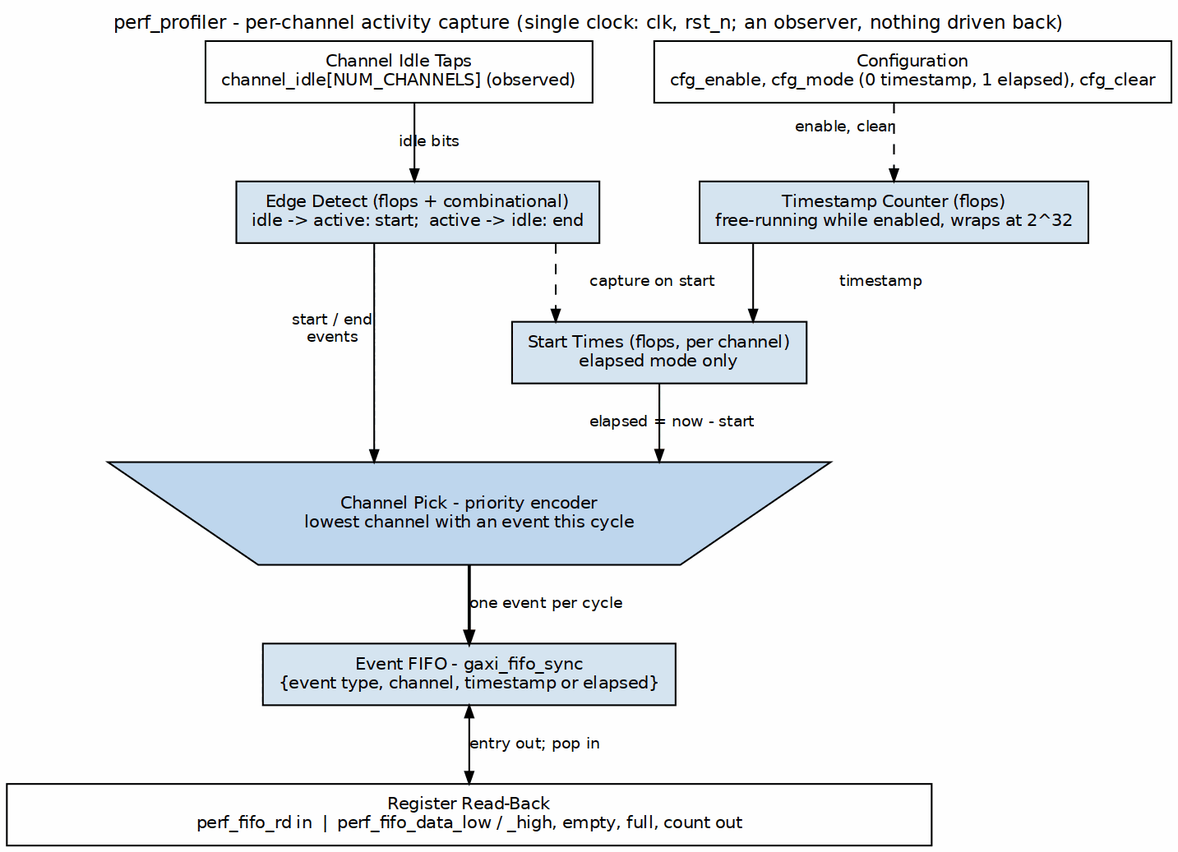
This is projects/components/dma-ip/stream/docs/stream_mas/assets/graphviz/15_perf_profiler.png from sean-galloway/RTLDesignSherpa, a Graphviz export, as it was before one commit. Its source is kept beside it as projects/components/dma-ip/stream/docs/stream_mas/assets/graphviz/15_perf_profiler.dot. Source of this version:
```dot
digraph perf_profiler {
    graph [rankdir=TB, bgcolor="white", fontname="Helvetica", fontsize=11,
           nodesep="0.50", ranksep="0.50", splines=ortho,
           label="perf_profiler - per-channel activity capture (single clock: clk, rst_n; an observer, nothing driven back)", labelloc=t, labeljust=c];
    node  [fontname="Helvetica", fontsize=10, shape=box, style=filled,
           fillcolor="#D6E4F0", color="black", margin="0.12,0.06"];
    edge  [fontname="Helvetica", fontsize=9, color="black", arrowsize=0.7];

    idle  [label="Channel Idle Taps\nchannel_idle[NUM_CHANNELS] (observed)", fillcolor="white"];
    cfg   [label="Configuration\ncfg_enable, cfg_mode (0 timestamp, 1 elapsed), cfg_clear", fillcolor="white"];
    ts    [label="Timestamp Counter (flops)\nfree-running while enabled, wraps at 2^32"];
    edge_ [label="Edge Detect (flops + combinational)\nidle -> active: start;  active -> idle: end"];
    start [label="Start Times (flops, per channel)\nelapsed mode only"];
    pick  [label="Channel Pick - priority encoder\nlowest channel with an event this cycle", shape=invtrapezium, width=4.5, fillcolor="#BFD7EE"];
    fifo  [label="Event FIFO - gaxi_fifo_sync\n{event type, channel, timestamp or elapsed}"];
    bar   [label="Register Read-Back\nperf_fifo_rd in  |  perf_fifo_data_low / _high, empty, full, count out", fillcolor="white", width=7.5];

    idle  -> edge_ [label="idle bits"];
    cfg   -> ts    [style=dashed, xlabel="enable, clear"];
    edge_ -> pick  [xlabel="start / end\nevents"];
    ts    -> start [label="timestamp"];
    edge_ -> start [style=dashed, label="capture on start"];
    start -> pick  [label="elapsed = now - start"];
    pick  -> fifo  [label="one event per cycle", penwidth=1.8];
    fifo  -> bar   [dir=both, label="entry out; pop in"];
    { rank=same; idle; cfg; }
    { rank=same; edge_; ts; }
}
```
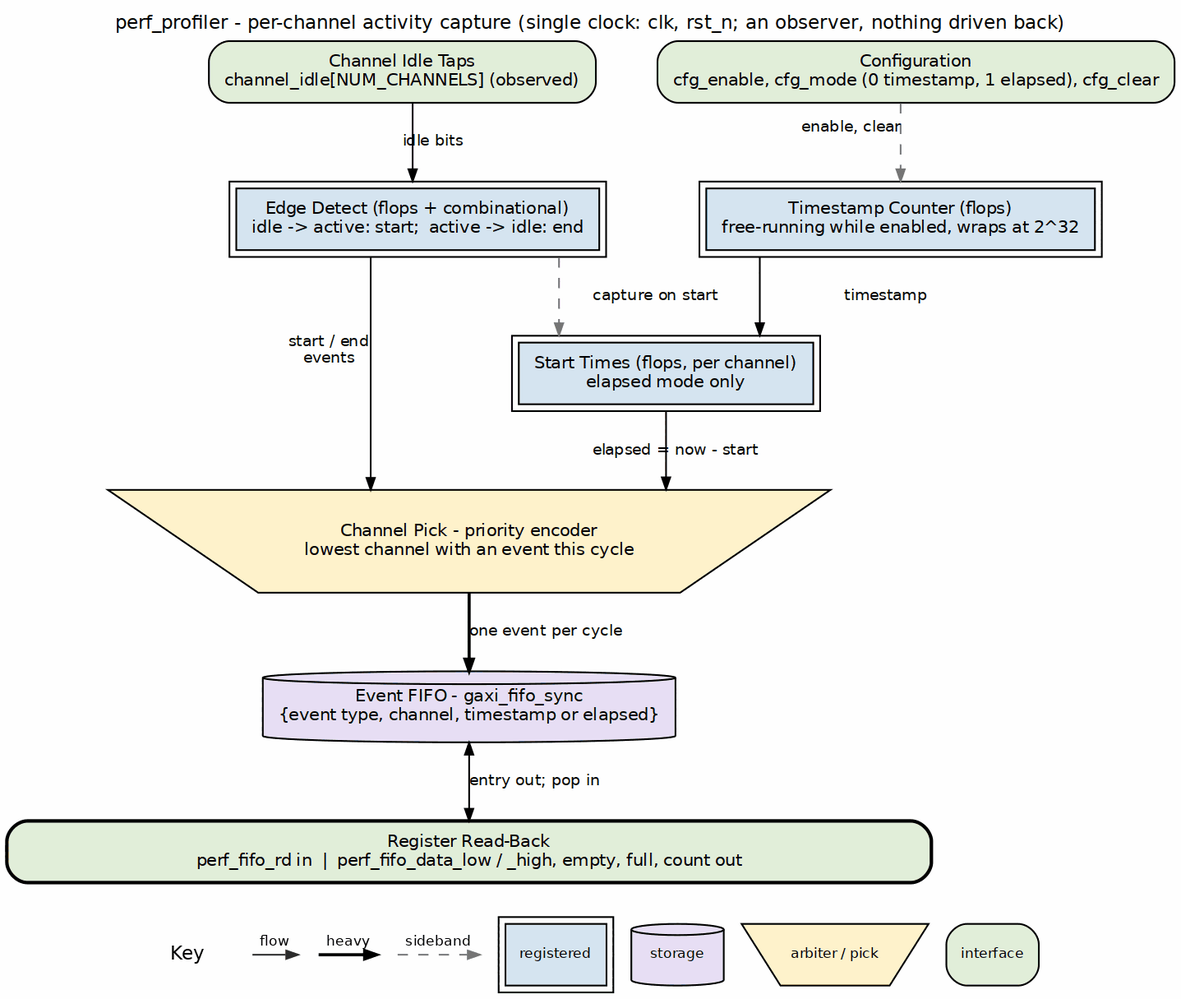
After the commit.

Diff of the diagram source:
```diff
@@ -3,23 +3,23 @@
            nodesep="0.50", ranksep="0.50", splines=ortho,
            label="perf_profiler - per-channel activity capture (single clock: clk, rst_n; an observer, nothing driven back)", labelloc=t, labeljust=c];
     node  [fontname="Helvetica", fontsize=10, shape=box, style=filled,
-           fillcolor="#D6E4F0", color="black", margin="0.12,0.06"];
+           fillcolor="white", color="black", margin="0.12,0.06"];
     edge  [fontname="Helvetica", fontsize=9, color="black", arrowsize=0.7];
 
-    idle  [label="Channel Idle Taps\nchannel_idle[NUM_CHANNELS] (observed)", fillcolor="white"];
-    cfg   [label="Configuration\ncfg_enable, cfg_mode (0 timestamp, 1 elapsed), cfg_clear", fillcolor="white"];
-    ts    [label="Timestamp Counter (flops)\nfree-running while enabled, wraps at 2^32"];
-    edge_ [label="Edge Detect (flops + combinational)\nidle -> active: start;  active -> idle: end"];
-    start [label="Start Times (flops, per channel)\nelapsed mode only"];
-    pick  [label="Channel Pick - priority encoder\nlowest channel with an event this cycle", shape=invtrapezium, width=4.5, fillcolor="#BFD7EE"];
-    fifo  [label="Event FIFO - gaxi_fifo_sync\n{event type, channel, timestamp or elapsed}"];
-    bar   [label="Register Read-Back\nperf_fifo_rd in  |  perf_fifo_data_low / _high, empty, full, count out", fillcolor="white", width=7.5];
+    idle  [label="Channel Idle Taps\nchannel_idle[NUM_CHANNELS] (observed)", fillcolor="white", style="rounded,filled", fillcolor="#E2EFDA"];
+    cfg   [label="Configuration\ncfg_enable, cfg_mode (0 timestamp, 1 elapsed), cfg_clear", fillcolor="white", style="rounded,filled", fillcolor="#E2EFDA"];
+    ts    [label="Timestamp Counter (flops)\nfree-running while enabled, wraps at 2^32", peripheries=2, style="filled", fillcolor="#D6E4F0"];
+    edge_ [label="Edge Detect (flops + combinational)\nidle -> active: start;  active -> idle: end", peripheries=2, style="filled", fillcolor="#D6E4F0"];
+    start [label="Start Times (flops, per channel)\nelapsed mode only", peripheries=2, style="filled", fillcolor="#D6E4F0"];
+    pick  [label="Channel Pick - priority encoder\nlowest channel with an event this cycle", shape=invtrapezium, width=4.5, fillcolor="#BFD7EE", style="filled", fillcolor="#FFF2CC"];
+    fifo  [label="Event FIFO - gaxi_fifo_sync\n{event type, channel, timestamp or elapsed}", shape=cylinder, style="filled", fillcolor="#E8DFF5"];
+    bar   [label="Register Read-Back\nperf_fifo_rd in  |  perf_fifo_data_low / _high, empty, full, count out", fillcolor="white", width=7.5, style="rounded,filled,bold", fillcolor="#E2EFDA"];
 
     idle  -> edge_ [label="idle bits"];
-    cfg   -> ts    [style=dashed, xlabel="enable, clear"];
+    cfg   -> ts    [style=dashed, color="#777777", xlabel="enable, clear"];
     edge_ -> pick  [xlabel="start / end\nevents"];
     ts    -> start [label="timestamp"];
-    edge_ -> start [style=dashed, label="capture on start"];
+    edge_ -> start [style=dashed, color="#777777", label="capture on start"];
     start -> pick  [label="elapsed = now - start"];
     pick  -> fifo  [label="one event per cycle", penwidth=1.8];
     fifo  -> bar   [dir=both, label="entry out; pop in"];
```
